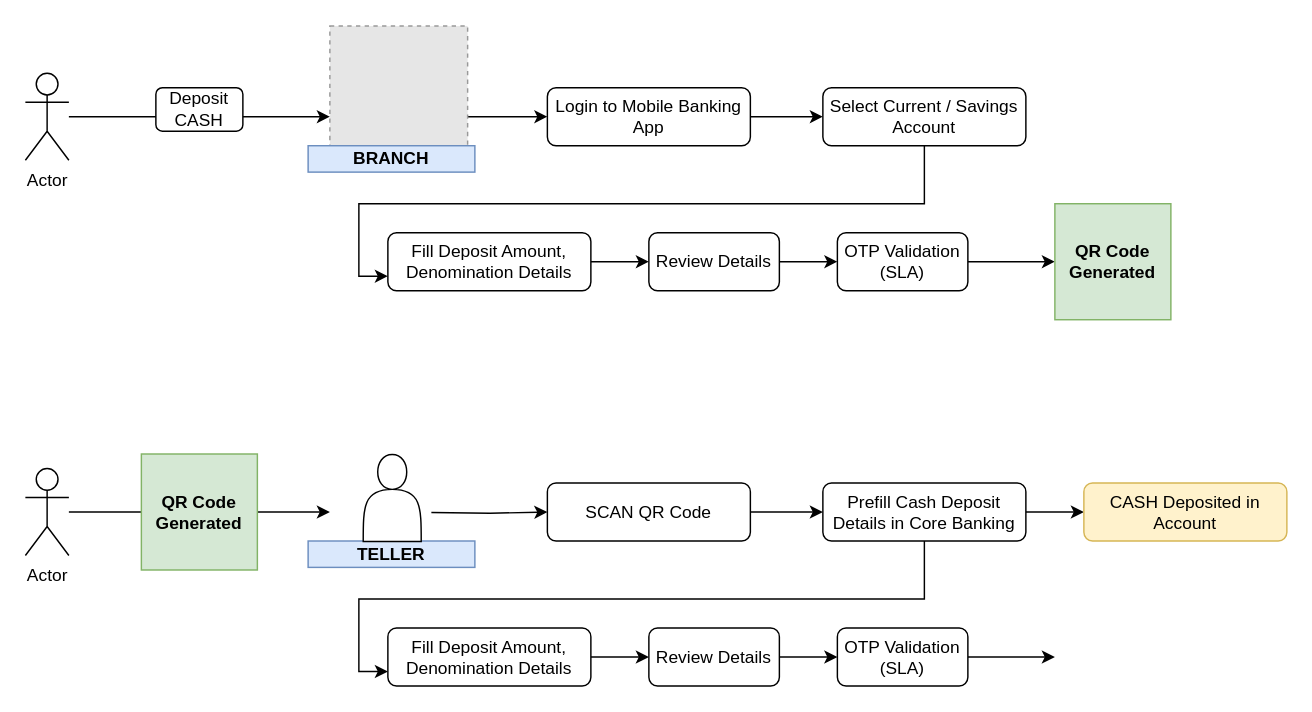
This is Untitled Diagram.drawio from prithumit/research-stuffs, a draw.io file, before an edit. Source tidied: cells renumbered, new cells numbered last; positions are measured from the earlier drawing's top-left corner, leaving out a move shared by most shapes. Both pictures are drawn from the tidied source at 145%, with x=0, y=0 at pixel (25, 25). Pictures stored in the file or linked from it are replaced by grey dashed boxes.
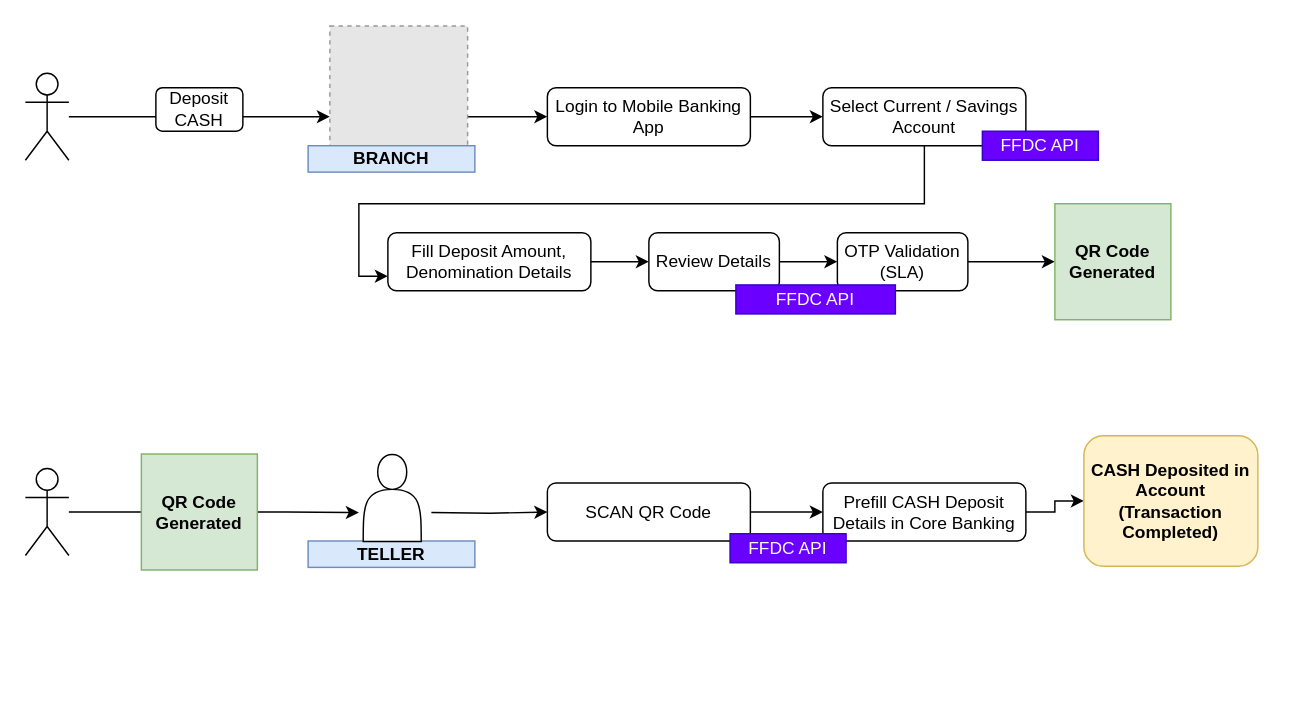
After the change.

The edit, as a diff of the source:
```diff
@@
-    <mxCell id="5" value="Actor" style="shape=umlActor;verticalLabelPosition=bottom;verticalAlign=top;html=1;outlineConnect=0;" parent="1" vertex="1">
+    <mxCell id="5" value="Actor" style="shape=umlActor;verticalLabelPosition=bottom;verticalAlign=top;outlineConnect=0;fontColor=none;noLabel=1;" parent="1" vertex="1">
       <mxGeometry y="33" width="30" height="60" as="geometry" />
     </mxCell>
@@
     <mxCell id="20" style="edgeStyle=orthogonalEdgeStyle;rounded=0;jettySize=auto;html=1;" parent="1" edge="1" source="21">
       <mxGeometry relative="1" as="geometry">
-        <mxPoint x="210" y="335.6" as="targetPoint" />
+        <mxPoint x="230" y="336" as="targetPoint" />
         <Array as="points">
           <mxPoint x="180" y="335.6" />
           <mxPoint x="180" y="335.6" />
         </Array>
       </mxGeometry>
     </mxCell>
-    <mxCell id="21" value="Actor" style="shape=umlActor;verticalLabelPosition=bottom;verticalAlign=top;html=1;outlineConnect=0;" parent="1" vertex="1">
+    <mxCell id="21" value="Actor" style="shape=umlActor;verticalLabelPosition=bottom;verticalAlign=top;outlineConnect=0;fontColor=none;noLabel=1;" parent="1" vertex="1">
       <mxGeometry y="305.6" width="30" height="60" as="geometry" />
     </mxCell>
@@
-    <mxCell id="25" style="edgeStyle=orthogonalEdgeStyle;rounded=0;jettySize=auto;html=1;entryX=0;entryY=0.75;entryDx=0;entryDy=0;" parent="1" edge="1" source="27" target="29">
-      <mxGeometry relative="1" as="geometry">
-        <Array as="points">
-          <mxPoint x="620" y="395.6" />
-          <mxPoint x="230" y="395.6" />
-          <mxPoint x="230" y="445.6" />
-        </Array>
-      </mxGeometry>
-    </mxCell>
@@
-    <mxCell id="27" value="Prefill Cash Deposit Details in Core Banking" style="rounded=1;whiteSpace=wrap;html=1;" parent="1" vertex="1">
+    <mxCell id="27" value="Prefill CASH Deposit Details in Core Banking" style="rounded=1;whiteSpace=wrap;html=1;" parent="1" vertex="1">
       <mxGeometry x="550" y="315.6" width="140" height="40" as="geometry" />
     </mxCell>
-    <mxCell id="28" style="edgeStyle=orthogonalEdgeStyle;rounded=0;jettySize=auto;html=1;" parent="1" edge="1" source="29" target="31">
-      <mxGeometry relative="1" as="geometry" />
-    </mxCell>
-    <mxCell id="29" value="Fill Deposit Amount, Denomination Details" style="rounded=1;whiteSpace=wrap;html=1;" parent="1" vertex="1">
-      <mxGeometry x="250" y="415.6" width="140" height="40" as="geometry" />
-    </mxCell>
-    <mxCell id="30" style="edgeStyle=orthogonalEdgeStyle;rounded=0;jettySize=auto;html=1;" parent="1" edge="1" source="31" target="33">
-      <mxGeometry relative="1" as="geometry" />
-    </mxCell>
-    <mxCell id="31" value="Review Details" style="rounded=1;whiteSpace=wrap;html=1;" parent="1" vertex="1">
-      <mxGeometry x="430" y="415.6" width="90" height="40" as="geometry" />
-    </mxCell>
-    <mxCell id="32" style="edgeStyle=orthogonalEdgeStyle;rounded=0;jettySize=auto;html=1;" parent="1" edge="1" source="33">
-      <mxGeometry relative="1" as="geometry">
-        <mxPoint x="710" y="435.6" as="targetPoint" />
-      </mxGeometry>
-    </mxCell>
-    <mxCell id="33" value="OTP Validation (SLA)" style="rounded=1;whiteSpace=wrap;html=1;" parent="1" vertex="1">
-      <mxGeometry x="560" y="415.6" width="90" height="40" as="geometry" />
-    </mxCell>
@@
-    <mxCell id="36" value="CASH Deposited in Account" style="rounded=1;whiteSpace=wrap;html=1;fillColor=#fff2cc;strokeColor=#d6b656;" parent="1" vertex="1">
-      <mxGeometry x="730" y="315.6" width="140" height="40" as="geometry" />
+    <mxCell id="36" value="CASH Deposited in Account &lt;br&gt;(Transaction Completed)" style="rounded=1;whiteSpace=wrap;html=1;fillColor=#fff2cc;strokeColor=#d6b656;fontStyle=1;" parent="1" vertex="1">
+      <mxGeometry x="730" y="283" width="120" height="90" as="geometry" />
     </mxCell>
+    <mxCell id="37" value="FFDC API" style="rounded=0;whiteSpace=wrap;html=1;fillColor=#6a00ff;strokeColor=#3700CC;fontColor=#ffffff;" parent="1" vertex="1">
+      <mxGeometry x="660" y="73" width="80" height="20" as="geometry" />
+    </mxCell>
+    <mxCell id="38" value="FFDC API" style="rounded=0;whiteSpace=wrap;html=1;fillColor=#6a00ff;strokeColor=#3700CC;fontColor=#ffffff;" parent="1" vertex="1">
+      <mxGeometry x="490" y="179" width="110" height="20" as="geometry" />
+    </mxCell>
+    <mxCell id="39" value="FFDC API" style="rounded=0;whiteSpace=wrap;html=1;fillColor=#6a00ff;strokeColor=#3700CC;fontColor=#ffffff;" parent="1" vertex="1">
+      <mxGeometry x="486" y="350.6" width="80" height="20" as="geometry" />
+    </mxCell>
```
